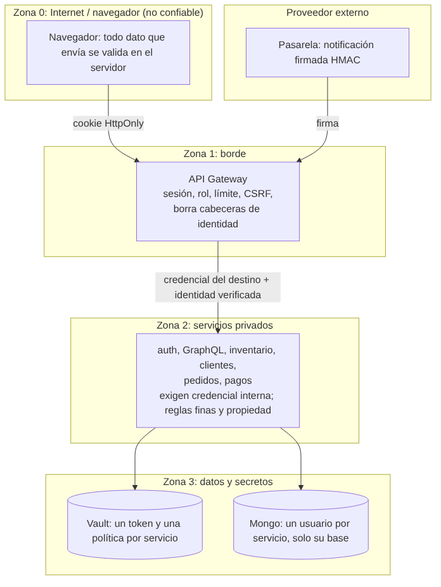
kemunozcastillo/DesarrolloWeb_KevinMunoz keeps this Mermaid diagram as docs/diagramas/fronteras.png. Above is the earlier version. Its source is kept beside it as docs/diagramas/fronteras.mmd. Source of this version:
```mermaid
flowchart TB
  subgraph Z0["Zona 0: Internet / navegador (no confiable)"]
    nav[Navegador: todo dato que envía se valida en el servidor]
  end
  subgraph Z1["Zona 1: borde"]
    gw["API Gateway<br/>sesión, rol, límite, CSRF,<br/>borra cabeceras de identidad"]
  end
  subgraph Z2["Zona 2: servicios privados"]
    svc["auth, GraphQL, inventario, clientes,<br/>pedidos, pagos<br/>exigen credencial interna; reglas finas y propiedad"]
  end
  subgraph Z3["Zona 3: datos y secretos"]
    vault[(Vault: un token y una política por servicio)]
    mongo[(Mongo: un usuario por servicio, solo su base)]
  end
  subgraph ZE["Proveedor externo"]
    pas[Pasarela: notificación firmada HMAC]
  end
  nav -->|cookie HttpOnly| gw
  pas -->|firma| gw
  gw -->|credencial del destino + identidad verificada| svc
  svc --> vault
  svc --> mongo
```
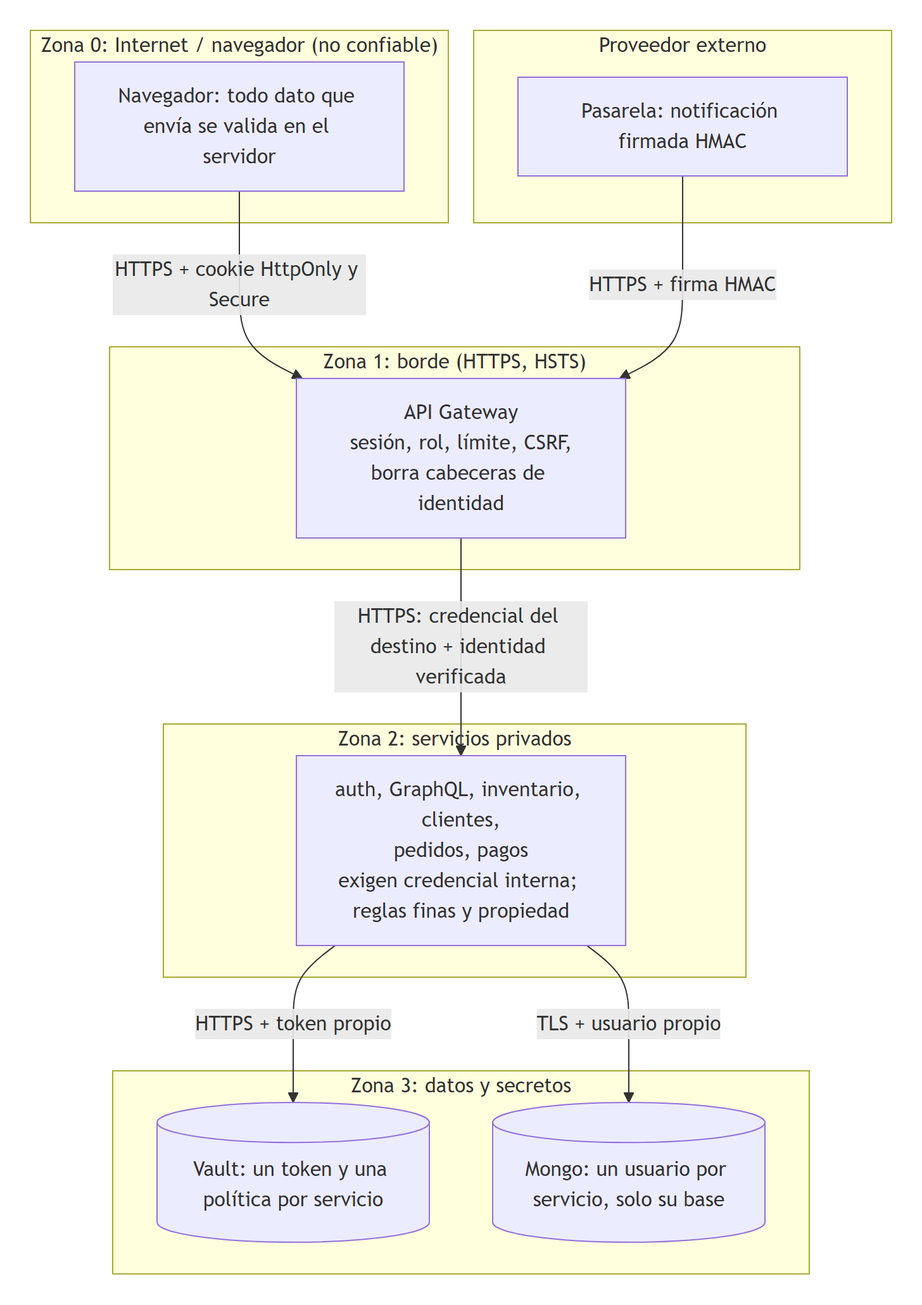
After the change.

Commit message:
Diagramas: componentes y fronteras con TLS, imágenes regeneradas

The edit, as a diff of the source:
```diff
@@ -2,7 +2,7 @@
   subgraph Z0["Zona 0: Internet / navegador (no confiable)"]
     nav[Navegador: todo dato que envía se valida en el servidor]
   end
-  subgraph Z1["Zona 1: borde"]
+  subgraph Z1["Zona 1: borde (HTTPS, HSTS)"]
     gw["API Gateway<br/>sesión, rol, límite, CSRF,<br/>borra cabeceras de identidad"]
   end
   subgraph Z2["Zona 2: servicios privados"]
@@ -15,8 +15,8 @@
   subgraph ZE["Proveedor externo"]
     pas[Pasarela: notificación firmada HMAC]
   end
-  nav -->|cookie HttpOnly| gw
-  pas -->|firma| gw
-  gw -->|credencial del destino + identidad verificada| svc
-  svc --> vault
-  svc --> mongo
+  nav -->|"HTTPS + cookie HttpOnly y Secure"| gw
+  pas -->|"HTTPS + firma HMAC"| gw
+  gw -->|"HTTPS: credencial del destino + identidad verificada"| svc
+  svc -->|"HTTPS + token propio"| vault
+  svc -->|"TLS + usuario propio"| mongo
```
